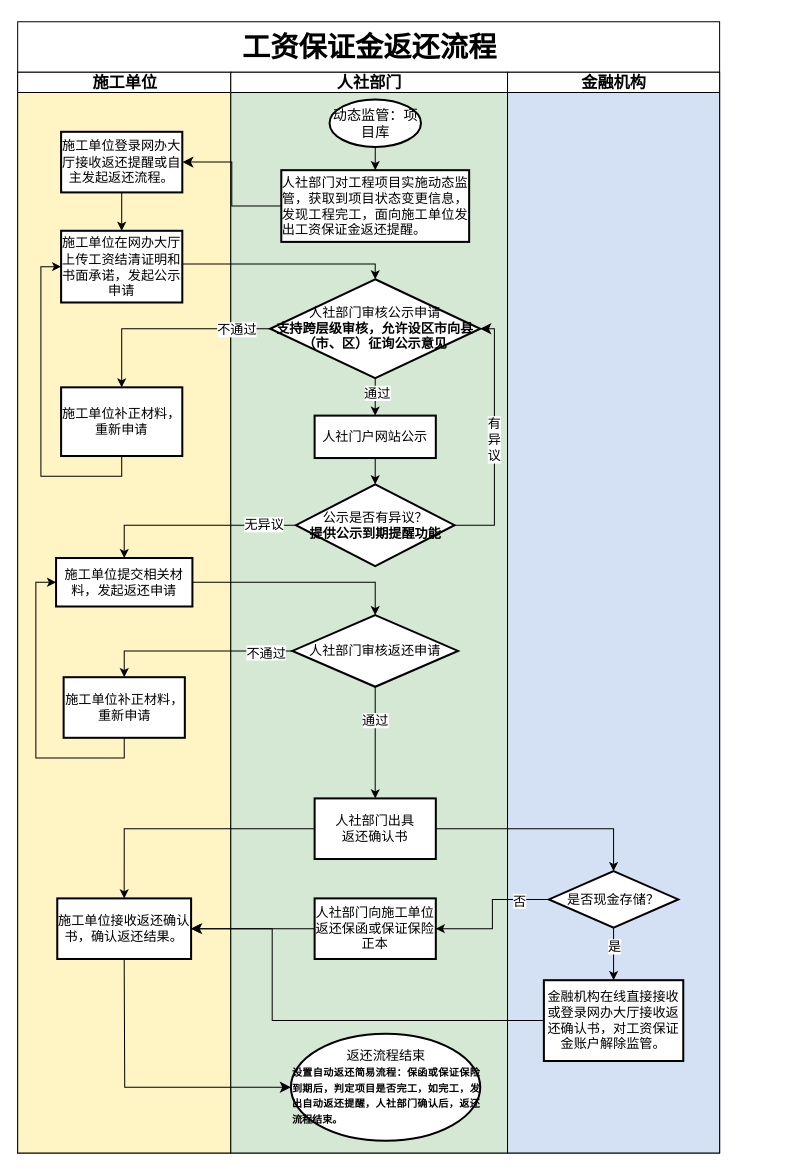
This is page "工资保证金返还流程" (4 of 4) of 农民工工资保证金-第三版.drawio from coderjbin/drawio, a draw.io file, before an edit. Source tidied: cells renumbered, new cells numbered last; positions are measured from the earlier drawing's top-left corner, leaving out a move shared by most shapes. Both pictures are drawn from the tidied source at 101%, with x=0, y=0 at pixel (17, 21).
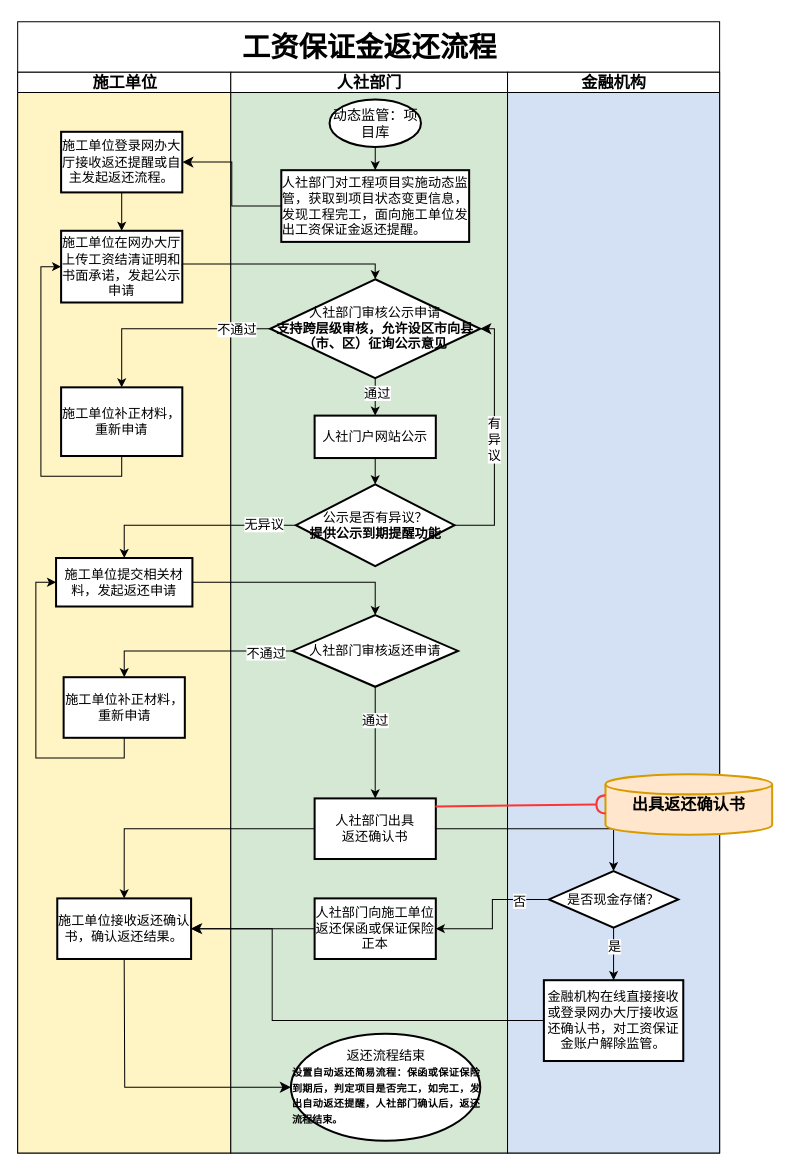
The same diagram, later.

Unchanged cells that the change refers to:
```xml
<mxCell id="23" value="人社部门出具&lt;div&gt;返还确认书&lt;/div&gt;" style="whiteSpace=wrap;html=1;strokeWidth=2;fontSize=13;" parent="13" vertex="1">
  <mxGeometry x="83" y="719" width="120" height="60" as="geometry" />
</mxCell>
```

Diff of the diagram source:
```diff
@@
+    <mxCell id="51" value="&lt;b style=&quot;&quot;&gt;&lt;font style=&quot;font-size: 16px;&quot;&gt;出具返还确认书&lt;/font&gt;&lt;/b&gt;" style="strokeWidth=2;html=1;shape=mxgraph.flowchart.database;whiteSpace=wrap;fillColor=#ffe6cc;strokeColor=#d79b00;" parent="1" vertex="1">
+      <mxGeometry x="582" y="745" width="165" height="60" as="geometry" />
+    </mxCell>
+    <mxCell id="52" style="rounded=0;jettySize=auto;html=1;endArrow=halfCircle;endFill=0;endSize=6;strokeWidth=2;sketch=0;fontSize=12;curved=1;exitX=0.997;exitY=0.133;exitDx=0;exitDy=0;entryX=0;entryY=0.5;entryDx=0;entryDy=0;entryPerimeter=0;exitPerimeter=0;strokeColor=#FF3333;" parent="1" edge="1" source="23" target="51">
+      <mxGeometry relative="1" as="geometry" />
+    </mxCell>
```
